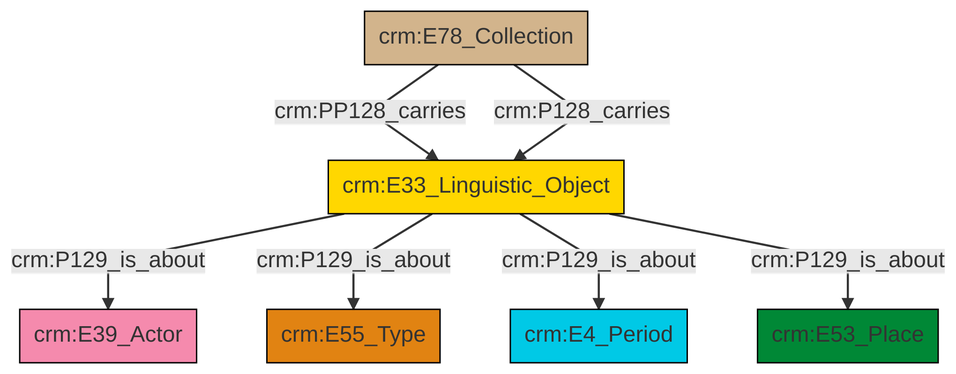
Above: et/archivalCSV/ttl/mmd/png/archival_aboutness.png in swiss-art-research-net/docs.swissartresearch (Mermaid), before the change. Its source is kept beside it as et/archivalCSV/ttl/mmd/archival_aboutness.ttl.mmd.
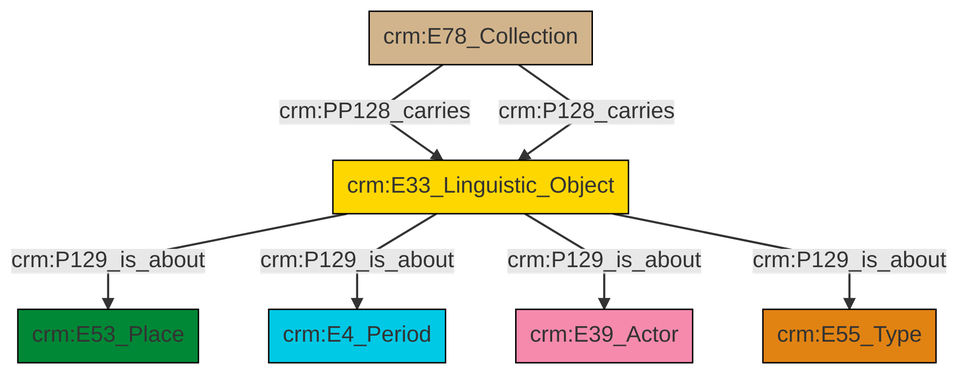
The same file after the commit.

Change to the diagram source:
```diff
@@ -13,9 +13,9 @@
 classDef PC_Classes fill:#4ce600, stroke:#000000;
 classDef Multi fill:#cccccc,stroke:#000000;
 
-4["crm:E78_Collection"]:::Physical_Thing -->|crm:PP128_carries| 5["crm:E33_Linguistic_Object"]:::Conceptual_Object
-5["crm:E33_Linguistic_Object"]:::Conceptual_Object -->|crm:P129_is_about| 6["crm:E39_Actor"]:::Actor
-5["crm:E33_Linguistic_Object"]:::Conceptual_Object -->|crm:P129_is_about| 7["crm:E55_Type"]:::Type
-4["crm:E78_Collection"]:::Physical_Thing -->|crm:P128_carries| 5["crm:E33_Linguistic_Object"]:::Conceptual_Object
-5["crm:E33_Linguistic_Object"]:::Conceptual_Object -->|crm:P129_is_about| 0["crm:E4_Period"]:::Temporal_Entity
-5["crm:E33_Linguistic_Object"]:::Conceptual_Object -->|crm:P129_is_about| 2["crm:E53_Place"]:::Place
+4["crm:E33_Linguistic_Object"]:::Conceptual_Object -->|crm:P129_is_about| 0["crm:E53_Place"]:::Place
+2["crm:E78_Collection"]:::Physical_Thing -->|crm:PP128_carries| 4["crm:E33_Linguistic_Object"]:::Conceptual_Object
+4["crm:E33_Linguistic_Object"]:::Conceptual_Object -->|crm:P129_is_about| 5["crm:E4_Period"]:::Temporal_Entity
+4["crm:E33_Linguistic_Object"]:::Conceptual_Object -->|crm:P129_is_about| 9["crm:E39_Actor"]:::Actor
+4["crm:E33_Linguistic_Object"]:::Conceptual_Object -->|crm:P129_is_about| 7["crm:E55_Type"]:::Type
+2["crm:E78_Collection"]:::Physical_Thing -->|crm:P128_carries| 4["crm:E33_Linguistic_Object"]:::Conceptual_Object
```
